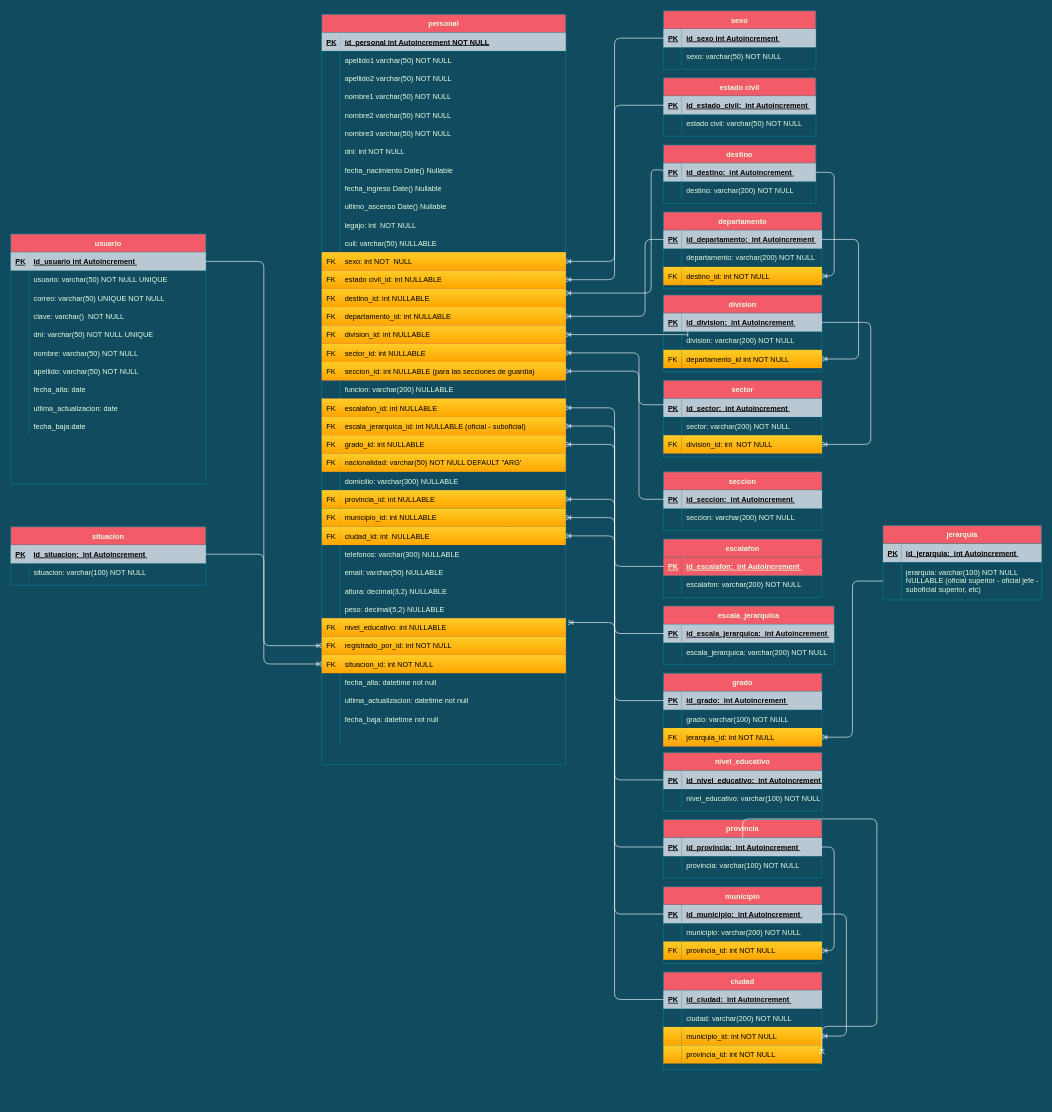
FSALVA157/EsquemasER keeps this draw.io diagram as Cuerpo Penitenciario.drawio. Above is the earlier version. Source tidied: cells renumbered, new cells numbered last; positions are measured from the earlier drawing's top-left corner, leaving out a move shared by most shapes. Both pictures are drawn from the tidied source at 61%, with x=0, y=0 at pixel (10, 10).
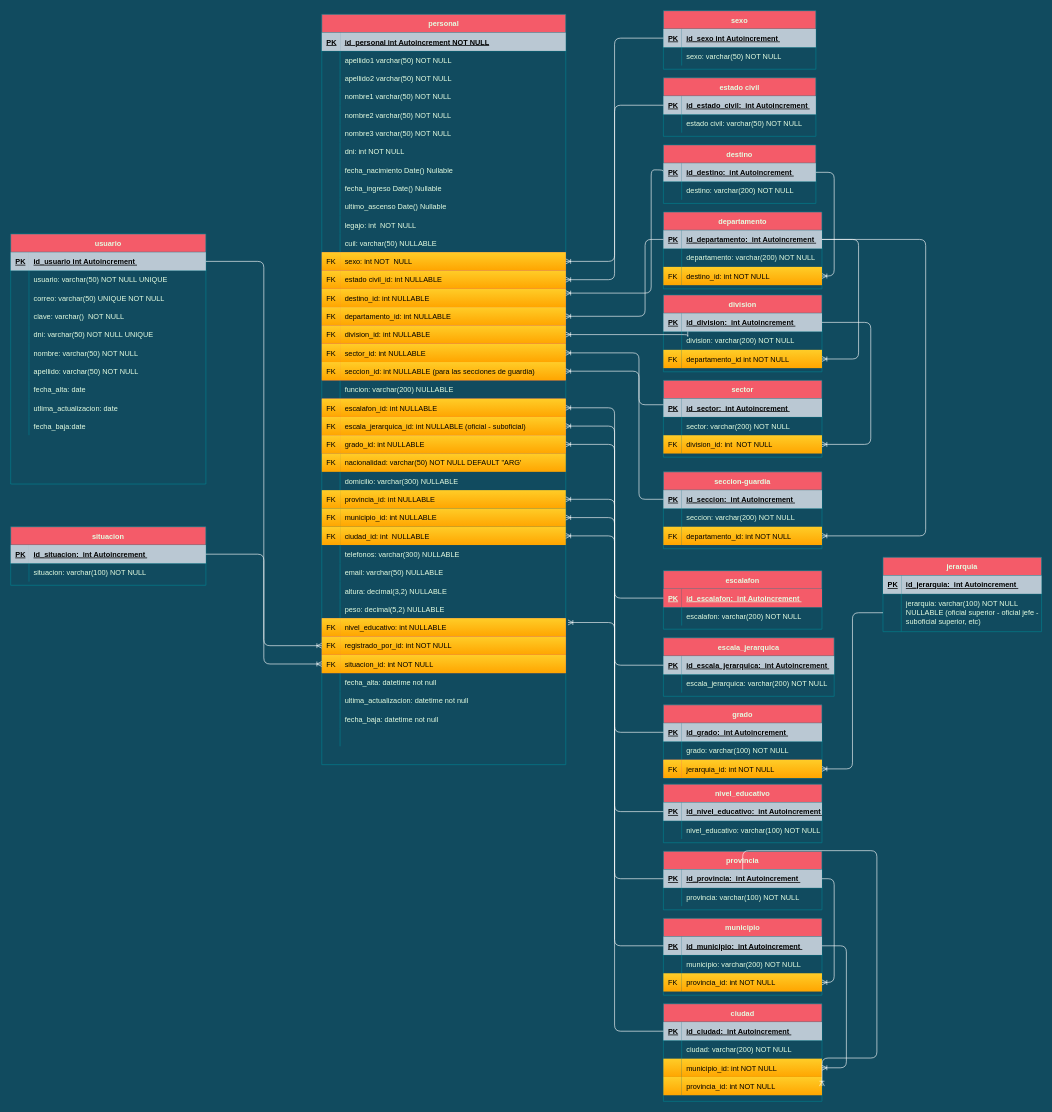
The same page after the edit.

The change refers to these unchanged cells:
```xml
<mxCell id="143" style="shape=partialRectangle;fillColor=none;points=[[0,0.5],[1,0.5]];portConstraint=eastwest;top=0;left=0;right=0;bottom=1;strokeColor=#028090;fontColor=#E4FDE1;" parent="142" vertex="1">
  <mxGeometry y="30" width="260" height="30" as="geometry" />
</mxCell>
<mxCell id="261" style="shape=partialRectangle;fillColor=none;points=[[0,0.5],[1,0.5]];portConstraint=eastwest;top=0;left=0;right=0;bottom=1;strokeColor=#028090;fontColor=#E4FDE1;" parent="260" vertex="1">
  <mxGeometry y="30" width="260" height="30" as="geometry" />
</mxCell>
<mxCell id="268" style="shape=partialRectangle;fillColor=none;points=[[0,0.5],[1,0.5]];portConstraint=eastwest;top=0;left=0;right=0;bottom=1;strokeColor=#028090;fontColor=#E4FDE1;" parent="267" vertex="1">
  <mxGeometry y="30" width="260" height="30" as="geometry" />
</mxCell>
<mxCell id="274" style="shape=partialRectangle;fillColor=none;points=[[0,0.5],[1,0.5]];portConstraint=eastwest;top=0;left=0;right=0;bottom=0;strokeColor=#028090;fontColor=#E4FDE1;" parent="267" vertex="1">
  <mxGeometry y="90" width="260" height="30" as="geometry" />
</mxCell>
<mxCell id="284" style="shape=partialRectangle;fillColor=none;points=[[0,0.5],[1,0.5]];portConstraint=eastwest;top=0;left=0;right=0;bottom=0;strokeColor=#028090;fontColor=#E4FDE1;" parent="277" vertex="1">
  <mxGeometry y="90" width="260" height="30" as="geometry" />
</mxCell>
<mxCell id="287" style="shape=partialRectangle;fillColor=none;points=[[0,0.5],[1,0.5]];portConstraint=eastwest;top=0;left=0;right=0;bottom=0;strokeColor=#028090;fontColor=#E4FDE1;" parent="277" vertex="1">
  <mxGeometry y="120" width="260" height="30" as="geometry" />
</mxCell>
```

Change to the diagram source:
```diff
@@
-    <mxCell id="177" value="seccion" style="shape=table;startSize=30;childLayout=tableLayout;rowLines=0;fontStyle=1;align=center;fillColor=#F45B69;strokeColor=#028090;fontColor=#E4FDE1;" parent="1" vertex="1">
-      <mxGeometry x="1070" y="756" width="260" height="96" as="geometry" />
+    <mxCell id="177" value="seccion-guardia" style="shape=table;startSize=30;childLayout=tableLayout;rowLines=0;fontStyle=1;align=center;fillColor=#F45B69;strokeColor=#028090;fontColor=#E4FDE1;" parent="1" vertex="1">
+      <mxGeometry x="1070" y="756" width="260" height="126" as="geometry" />
     </mxCell>
@@
+    <mxCell id="307" style="shape=partialRectangle;fillColor=none;points=[[0,0.5],[1,0.5]];portConstraint=eastwest;top=0;left=0;right=0;bottom=0;strokeColor=#028090;fontColor=#E4FDE1;" parent="177" vertex="1">
+      <mxGeometry y="90" width="260" height="30" as="geometry" />
+    </mxCell>
+    <mxCell id="308" value="FK" style="shape=partialRectangle;overflow=hidden;fillColor=#ffcd28;top=0;left=0;bottom=0;right=0;strokeColor=#d79b00;fontColor=#000000;align=left;strokeWidth=1;gradientColor=#ffa500;spacingLeft=6;" parent="307" vertex="1">
+      <mxGeometry width="30" height="30" as="geometry" />
+    </mxCell>
+    <mxCell id="309" value="departamento_id: int NOT NULL" style="shape=partialRectangle;overflow=hidden;fillColor=#ffcd28;top=0;left=0;bottom=0;right=0;align=left;spacingLeft=6;strokeColor=#d79b00;fontColor=#000000;strokeWidth=1;gradientColor=#ffa500;" parent="307" vertex="1">
+      <mxGeometry x="30" width="230" height="30" as="geometry" />
+    </mxCell>
@@
     <mxCell id="185" value="escalafon" style="shape=table;startSize=30;childLayout=tableLayout;rowLines=0;fontStyle=1;align=center;fillColor=#F45B69;strokeColor=#028090;fontColor=#E4FDE1;" parent="1" vertex="1">
-      <mxGeometry x="1070" y="866" width="260" height="96" as="geometry" />
+      <mxGeometry x="1070" y="918" width="260" height="96" as="geometry" />
     </mxCell>
@@
     <mxCell id="193" value="escala_jerarquica" style="shape=table;startSize=30;childLayout=tableLayout;rowLines=0;fontStyle=1;align=center;fillColor=#F45B69;strokeColor=#028090;fontColor=#E4FDE1;" parent="1" vertex="1">
-      <mxGeometry x="1070" y="976" width="280" height="96" as="geometry" />
+      <mxGeometry x="1070" y="1028" width="280" height="96" as="geometry" />
     </mxCell>
@@
     <mxCell id="201" value="jerarquia" style="shape=table;startSize=30;childLayout=tableLayout;rowLines=0;fontStyle=1;align=center;fillColor=#F45B69;strokeColor=#028090;fontColor=#E4FDE1;" parent="1" vertex="1">
-      <mxGeometry x="1430" y="844" width="260" height="122" as="geometry" />
+      <mxGeometry x="1430" y="896" width="260" height="122" as="geometry" />
     </mxCell>
@@
     <mxCell id="208" value="grado" style="shape=table;startSize=30;childLayout=tableLayout;rowLines=0;fontStyle=1;align=center;fillColor=#F45B69;strokeColor=#028090;fontColor=#E4FDE1;" parent="1" vertex="1">
-      <mxGeometry x="1070" y="1086" width="260" height="120" as="geometry" />
+      <mxGeometry x="1070" y="1138" width="260" height="120" as="geometry" />
     </mxCell>
@@
     <mxCell id="220" value="nivel_educativo" style="shape=table;startSize=30;childLayout=tableLayout;rowLines=0;fontStyle=1;align=center;fillColor=#F45B69;strokeColor=#028090;fontColor=#E4FDE1;" parent="1" vertex="1">
-      <mxGeometry x="1070" y="1216" width="260" height="96" as="geometry" />
+      <mxGeometry x="1070" y="1268" width="260" height="96" as="geometry" />
     </mxCell>
@@
     <mxCell id="260" value="provincia" style="shape=table;startSize=30;childLayout=tableLayout;rowLines=0;fontStyle=1;align=center;fillColor=#F45B69;strokeColor=#028090;fontColor=#E4FDE1;" parent="1" vertex="1">
-      <mxGeometry x="1070" y="1326" width="260" height="96" as="geometry" />
+      <mxGeometry x="1070" y="1378" width="260" height="96" as="geometry" />
     </mxCell>
@@
     <mxCell id="267" value="municipio" style="shape=table;startSize=30;childLayout=tableLayout;rowLines=0;fontStyle=1;align=center;fillColor=#F45B69;strokeColor=#028090;fontColor=#E4FDE1;" parent="1" vertex="1">
-      <mxGeometry x="1070" y="1436" width="260" height="126" as="geometry" />
+      <mxGeometry x="1070" y="1488" width="260" height="126" as="geometry" />
     </mxCell>
@@
     <mxCell id="277" value="ciudad" style="shape=table;startSize=30;childLayout=tableLayout;rowLines=0;fontStyle=1;align=center;fillColor=#F45B69;strokeColor=#028090;fontColor=#E4FDE1;" parent="1" vertex="1">
-      <mxGeometry x="1070" y="1576" width="260" height="160" as="geometry" />
+      <mxGeometry x="1070" y="1628" width="260" height="160" as="geometry" />
     </mxCell>
@@
     <mxCell id="293" style="edgeStyle=orthogonalEdgeStyle;rounded=1;jettySize=auto;html=1;entryX=1;entryY=0.5;entryDx=0;entryDy=0;endArrow=ERoneToMany;endFill=0;strokeColor=#FFFFFF;" parent="1" edge="1" source="261" target="274">
       <mxGeometry relative="1" as="geometry">
         <Array as="points">
-          <mxPoint x="1350" y="1371" />
-          <mxPoint x="1350" y="1541" />
+          <mxPoint x="1350" y="1423" />
+          <mxPoint x="1350" y="1593" />
         </Array>
       </mxGeometry>
     </mxCell>
     <mxCell id="294" style="edgeStyle=orthogonalEdgeStyle;rounded=1;jettySize=auto;html=1;entryX=1;entryY=0.5;entryDx=0;entryDy=0;endArrow=ERoneToMany;endFill=0;strokeColor=#FFFFFF;" parent="1" edge="1" source="261" target="287">
       <mxGeometry relative="1" as="geometry">
         <Array as="points">
-          <mxPoint x="1420" y="1325" />
-          <mxPoint x="1420" y="1665" />
+          <mxPoint x="1420" y="1377" />
+          <mxPoint x="1420" y="1717" />
         </Array>
       </mxGeometry>
     </mxCell>
     <mxCell id="295" style="edgeStyle=orthogonalEdgeStyle;rounded=1;jettySize=auto;html=1;entryX=1;entryY=0.5;entryDx=0;entryDy=0;endArrow=ERoneToMany;endFill=0;strokeColor=#FFFFFF;" parent="1" edge="1" source="268" target="284">
       <mxGeometry relative="1" as="geometry">
         <Array as="points">
-          <mxPoint x="1370" y="1481" />
-          <mxPoint x="1370" y="1681" />
+          <mxPoint x="1370" y="1533" />
+          <mxPoint x="1370" y="1733" />
         </Array>
       </mxGeometry>
     </mxCell>
@@
+    <mxCell id="310" style="edgeStyle=orthogonalEdgeStyle;rounded=1;jettySize=auto;html=1;strokeColor=#FFFFFF;endFill=0;endArrow=ERoneToMany;" parent="1" edge="1" source="143" target="307">
+      <mxGeometry relative="1" as="geometry">
+        <Array as="points">
+          <mxPoint x="1500" y="375" />
+          <mxPoint x="1500" y="861" />
+        </Array>
+      </mxGeometry>
+    </mxCell>
```
